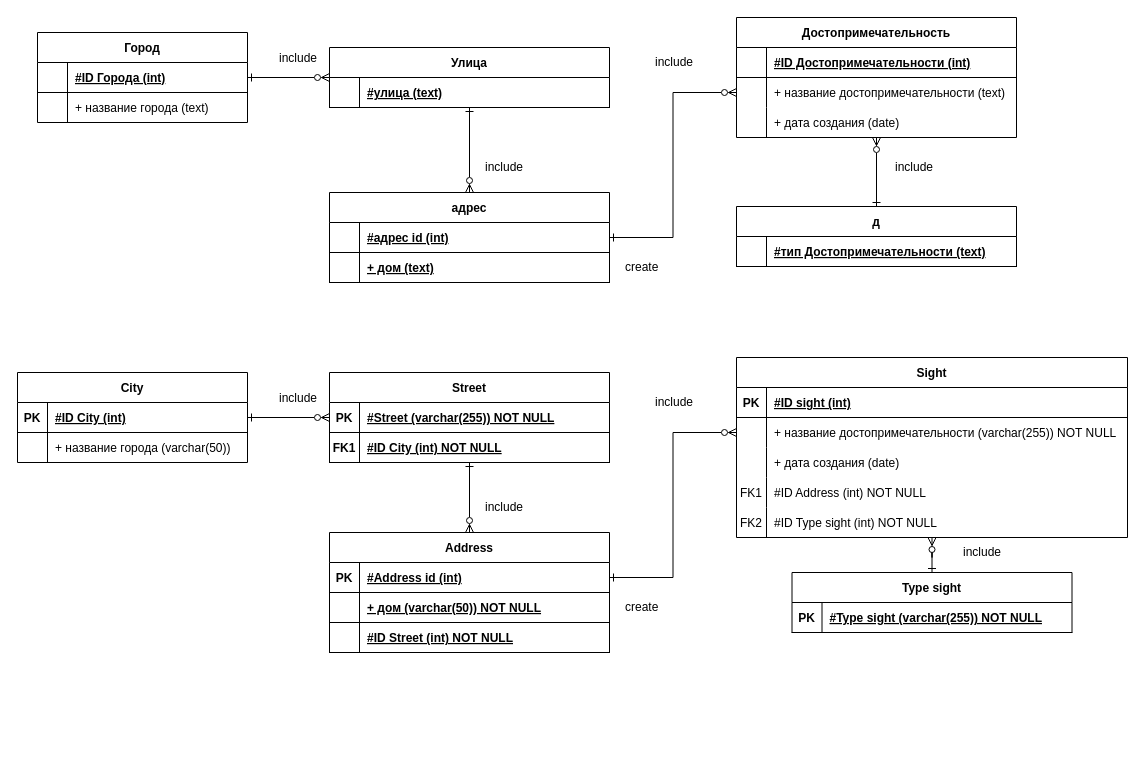
The draw.io diagram DB/2/diagram.drawio in 4LAR/Programming-GUAP, before the edit. Source tidied: cells renumbered, new cells numbered last; positions are measured from the earlier drawing's top-left corner, leaving out a move shared by most shapes. Both pictures are drawn from the tidied source at 100%, with x=0, y=0 at pixel (17, 17).
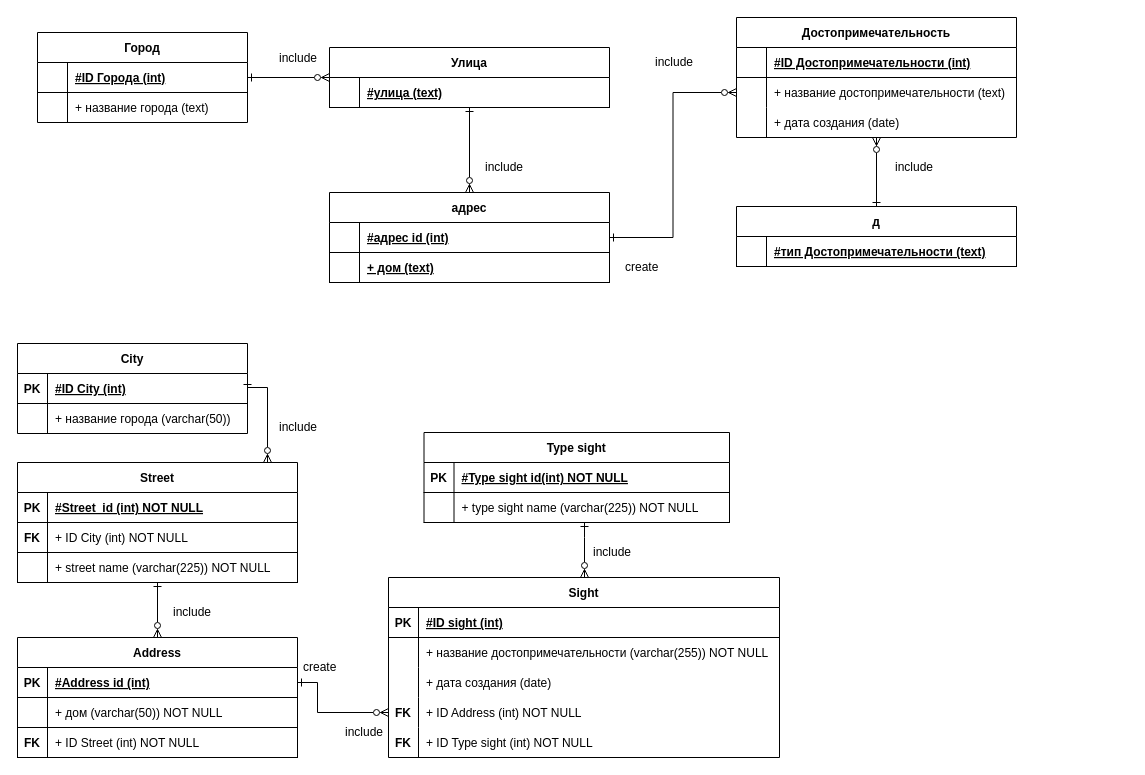
The same diagram, later.

The change refers to these unchanged cells:
```xml
<mxCell id="44" style="shape=tableRow;horizontal=0;startSize=0;swimlaneHead=0;swimlaneBody=0;fillColor=none;points=[[0,0.5],[1,0.5]];portConstraint=eastwest;strokeColor=inherit;top=0;left=0;right=0;bottom=1;" parent="43" vertex="1">
  <mxGeometry y="30" width="230" height="30" as="geometry" />
</mxCell>
<mxCell id="54" style="shape=tableRow;horizontal=0;startSize=0;swimlaneHead=0;swimlaneBody=0;fillColor=none;points=[[0,0.5],[1,0.5]];portConstraint=eastwest;strokeColor=inherit;top=0;left=0;right=0;bottom=0;" parent="50" vertex="1">
  <mxGeometry y="60" width="391" height="30" as="geometry" />
</mxCell>
<mxCell id="60" style="shape=tableRow;horizontal=0;startSize=0;swimlaneHead=0;swimlaneBody=0;fillColor=none;points=[[0,0.5],[1,0.5]];portConstraint=eastwest;strokeColor=inherit;top=0;left=0;right=0;bottom=0;" parent="50" vertex="1">
  <mxGeometry y="120" width="391" height="30" as="geometry" />
</mxCell>
<mxCell id="63" style="shape=tableRow;horizontal=0;startSize=0;swimlaneHead=0;swimlaneBody=0;fillColor=none;strokeColor=inherit;top=0;left=0;right=0;bottom=0;" parent="50" vertex="1">
  <mxGeometry y="150" width="391" height="30" as="geometry" />
</mxCell>
<mxCell id="73" style="shape=tableRow;horizontal=0;startSize=0;swimlaneHead=0;swimlaneBody=0;fillColor=none;strokeColor=inherit;top=0;left=0;right=0;bottom=1;" parent="72" vertex="1">
  <mxGeometry y="30" width="280" height="30" as="geometry" />
</mxCell>
<mxCell id="76" style="shape=tableRow;horizontal=0;startSize=0;swimlaneHead=0;swimlaneBody=0;fillColor=none;strokeColor=inherit;top=0;left=0;right=0;bottom=1;" parent="72" vertex="1">
  <mxGeometry y="60" width="280" height="30" as="geometry" />
</mxCell>
<mxCell id="80" style="shape=tableRow;horizontal=0;startSize=0;swimlaneHead=0;swimlaneBody=0;fillColor=none;points=[[0,0.5],[1,0.5]];portConstraint=eastwest;strokeColor=inherit;top=0;left=0;right=0;bottom=1;" parent="79" vertex="1">
  <mxGeometry y="30" width="280" height="30" as="geometry" />
</mxCell>
<mxCell id="83" style="shape=tableRow;horizontal=0;startSize=0;swimlaneHead=0;swimlaneBody=0;fillColor=none;strokeColor=inherit;top=0;left=0;right=0;bottom=1;" parent="79" vertex="1">
  <mxGeometry y="60" width="280" height="30" as="geometry" />
</mxCell>
<mxCell id="86" style="shape=tableRow;horizontal=0;startSize=0;swimlaneHead=0;swimlaneBody=0;fillColor=none;strokeColor=inherit;top=0;left=0;right=0;bottom=1;" parent="79" vertex="1">
  <mxGeometry y="90" width="280" height="30" as="geometry" />
</mxCell>
```

What changed in the source:
```diff
@@
     <mxCell id="43" value="City" style="shape=table;startSize=30;childLayout=tableLayout;rowLines=0;fontStyle=1;align=center;" parent="1" vertex="1">
-      <mxGeometry y="355" width="230" height="90" as="geometry" />
+      <mxGeometry y="326" width="230" height="90" as="geometry" />
     </mxCell>
@@
     <mxCell id="50" value="Sight" style="shape=table;startSize=30;childLayout=tableLayout;rowLines=0;fontStyle=1;align=center;" parent="1" vertex="1">
-      <mxGeometry x="719" y="340" width="391" height="180" as="geometry" />
+      <mxGeometry x="371" y="560" width="391" height="180" as="geometry" />
     </mxCell>
@@
-    <mxCell id="61" value="FK1" style="shape=partialRectangle;overflow=hidden;fillColor=none;strokeColor=inherit;top=0;left=0;bottom=0;right=0;" parent="60" vertex="1">
+    <mxCell id="61" value="FK" style="shape=partialRectangle;overflow=hidden;fillColor=none;strokeColor=inherit;top=0;left=0;bottom=0;right=0;fontStyle=1;" parent="60" vertex="1">
       <mxGeometry width="30" height="30" as="geometry" />
     </mxCell>
-    <mxCell id="62" value="#ID Address (int) NOT NULL" style="shape=partialRectangle;overflow=hidden;fillColor=none;align=left;strokeColor=inherit;top=0;left=0;bottom=0;right=0;spacingLeft=6;" parent="60" vertex="1">
+    <mxCell id="62" value="+ ID Address (int) NOT NULL" style="shape=partialRectangle;overflow=hidden;fillColor=none;align=left;strokeColor=inherit;top=0;left=0;bottom=0;right=0;spacingLeft=6;" parent="60" vertex="1">
       <mxGeometry x="30" width="361" height="30" as="geometry" />
     </mxCell>
@@
-    <mxCell id="64" value="FK2" style="shape=partialRectangle;overflow=hidden;fillColor=none;strokeColor=inherit;top=0;left=0;bottom=0;right=0;" parent="63" vertex="1">
+    <mxCell id="64" value="FK" style="shape=partialRectangle;overflow=hidden;fillColor=none;strokeColor=inherit;top=0;left=0;bottom=0;right=0;fontStyle=1;" parent="63" vertex="1">
       <mxGeometry width="30" height="30" as="geometry" />
     </mxCell>
-    <mxCell id="65" value="#ID Type sight (int) NOT NULL" style="shape=partialRectangle;overflow=hidden;fillColor=none;align=left;strokeColor=inherit;top=0;left=0;bottom=0;right=0;spacingLeft=6;" parent="63" vertex="1">
+    <mxCell id="65" value="+ ID Type sight (int) NOT NULL" style="shape=partialRectangle;overflow=hidden;fillColor=none;align=left;strokeColor=inherit;top=0;left=0;bottom=0;right=0;spacingLeft=6;" parent="63" vertex="1">
       <mxGeometry x="30" width="361" height="30" as="geometry" />
     </mxCell>
-    <mxCell id="66" style="edgeStyle=orthogonalEdgeStyle;rounded=0;jettySize=auto;html=1;exitX=0.5;exitY=0;exitDx=0;exitDy=0;endArrow=ERzeroToMany;endFill=0;startArrow=ERone;startFill=0;" parent="1" edge="1" source="67" target="50">
-      <mxGeometry relative="1" as="geometry" />
+    <mxCell id="66" style="edgeStyle=orthogonalEdgeStyle;rounded=0;jettySize=auto;html=1;endArrow=ERzeroToMany;endFill=0;startArrow=ERone;startFill=0;" parent="1" edge="1" source="96" target="50">
+      <mxGeometry relative="1" as="geometry">
+        <Array as="points">
+          <mxPoint x="567" y="520" />
+          <mxPoint x="567" y="520" />
+        </Array>
+      </mxGeometry>
     </mxCell>
     <mxCell id="67" value="Type sight" style="shape=table;startSize=30;childLayout=tableLayout;rowLines=0;fontStyle=1;align=center;" parent="1" vertex="1">
-      <mxGeometry x="774.5" y="555" width="280" height="60" as="geometry" />
+      <mxGeometry x="406.5" y="415" width="305.5" height="90" as="geometry" />
     </mxCell>
     <mxCell id="68" style="shape=tableRow;horizontal=0;startSize=0;swimlaneHead=0;swimlaneBody=0;fillColor=none;strokeColor=inherit;top=0;left=0;right=0;bottom=1;" parent="67" vertex="1">
-      <mxGeometry y="30" width="280" height="30" as="geometry" />
+      <mxGeometry y="30" width="305.5" height="30" as="geometry" />
     </mxCell>
@@
-    <mxCell id="70" value="#Type sight (varchar(255)) NOT NULL" style="shape=partialRectangle;overflow=hidden;fillColor=none;align=left;strokeColor=inherit;top=0;left=0;bottom=0;right=0;spacingLeft=6;fontStyle=5;" parent="68" vertex="1">
-      <mxGeometry x="30" width="250" height="30" as="geometry" />
+    <mxCell id="70" value="#Type sight id(int) NOT NULL" style="shape=partialRectangle;overflow=hidden;fillColor=none;align=left;strokeColor=inherit;top=0;left=0;bottom=0;right=0;spacingLeft=6;fontStyle=5;" parent="68" vertex="1">
+      <mxGeometry x="30" width="275.5" height="30" as="geometry" />
     </mxCell>
+    <mxCell id="96" style="shape=tableRow;horizontal=0;startSize=0;swimlaneHead=0;swimlaneBody=0;fillColor=none;points=[[0,0.5],[1,0.5]];portConstraint=eastwest;strokeColor=inherit;top=0;left=0;right=0;bottom=1;" parent="67" vertex="1">
+      <mxGeometry y="60" width="305.5" height="30" as="geometry" />
+    </mxCell>
+    <mxCell id="97" style="shape=partialRectangle;overflow=hidden;fillColor=none;strokeColor=inherit;top=0;left=0;bottom=0;right=0;fontStyle=1;" parent="96" vertex="1">
+      <mxGeometry width="30" height="30" as="geometry" />
+    </mxCell>
+    <mxCell id="98" value="+ type sight name (varchar(225)) NOT NULL " style="shape=partialRectangle;overflow=hidden;fillColor=none;align=left;strokeColor=inherit;top=0;left=0;bottom=0;right=0;spacingLeft=6;fontStyle=0;" parent="96" vertex="1">
+      <mxGeometry x="30" width="275.5" height="30" as="geometry" />
+    </mxCell>
@@
     <mxCell id="72" value="Street" style="shape=table;startSize=30;childLayout=tableLayout;rowLines=0;fontStyle=1;align=center;" parent="1" vertex="1">
-      <mxGeometry x="312" y="355" width="280" height="90" as="geometry" />
+      <mxGeometry y="445" width="280" height="120" as="geometry" />
     </mxCell>
@@
-    <mxCell id="75" value="#Street (varchar(255)) NOT NULL" style="shape=partialRectangle;overflow=hidden;fillColor=none;align=left;strokeColor=inherit;top=0;left=0;bottom=0;right=0;spacingLeft=6;fontStyle=5;" parent="73" vertex="1">
+    <mxCell id="75" value="#Street_id (int) NOT NULL" style="shape=partialRectangle;overflow=hidden;fillColor=none;align=left;strokeColor=inherit;top=0;left=0;bottom=0;right=0;spacingLeft=6;fontStyle=5;" parent="73" vertex="1">
       <mxGeometry x="30" width="250" height="30" as="geometry" />
     </mxCell>
@@
-    <mxCell id="77" value="FK1" style="shape=partialRectangle;overflow=hidden;fillColor=none;strokeColor=inherit;top=0;left=0;bottom=0;right=0;fontStyle=1;" parent="76" vertex="1">
+    <mxCell id="77" value="FK" style="shape=partialRectangle;overflow=hidden;fillColor=none;strokeColor=inherit;top=0;left=0;bottom=0;right=0;fontStyle=1;" parent="76" vertex="1">
       <mxGeometry width="30" height="30" as="geometry" />
     </mxCell>
-    <mxCell id="78" value="#ID City (int) NOT NULL" style="shape=partialRectangle;overflow=hidden;fillColor=none;align=left;strokeColor=inherit;top=0;left=0;bottom=0;right=0;spacingLeft=6;fontStyle=5;" parent="76" vertex="1">
+    <mxCell id="78" value="+ ID City (int) NOT NULL" style="shape=partialRectangle;overflow=hidden;fillColor=none;align=left;strokeColor=inherit;top=0;left=0;bottom=0;right=0;spacingLeft=6;fontStyle=0;" parent="76" vertex="1">
       <mxGeometry x="30" width="250" height="30" as="geometry" />
     </mxCell>
+    <mxCell id="99" style="shape=tableRow;horizontal=0;startSize=0;swimlaneHead=0;swimlaneBody=0;fillColor=none;strokeColor=inherit;top=0;left=0;right=0;bottom=1;" parent="72" vertex="1">
+      <mxGeometry y="90" width="280" height="30" as="geometry" />
+    </mxCell>
+    <mxCell id="100" style="shape=partialRectangle;overflow=hidden;fillColor=none;strokeColor=inherit;top=0;left=0;bottom=0;right=0;fontStyle=1;" parent="99" vertex="1">
+      <mxGeometry width="30" height="30" as="geometry" />
+    </mxCell>
+    <mxCell id="101" value="+ street name (varchar(225)) NOT NULL" style="shape=partialRectangle;overflow=hidden;fillColor=none;align=left;strokeColor=inherit;top=0;left=0;bottom=0;right=0;spacingLeft=6;fontStyle=0;" parent="99" vertex="1">
+      <mxGeometry x="30" width="250" height="30" as="geometry" />
+    </mxCell>
     <mxCell id="79" value="Address" style="shape=table;startSize=30;childLayout=tableLayout;rowLines=0;fontStyle=1;align=center;" parent="1" vertex="1">
-      <mxGeometry x="312" y="515" width="280" height="120" as="geometry" />
+      <mxGeometry y="620" width="280" height="120" as="geometry" />
     </mxCell>
@@
-    <mxCell id="85" value="+ дом (varchar(50)) NOT NULL" style="shape=partialRectangle;overflow=hidden;fillColor=none;align=left;strokeColor=inherit;top=0;left=0;bottom=0;right=0;spacingLeft=6;fontStyle=5;" parent="83" vertex="1">
+    <mxCell id="85" value="+ дом (varchar(50)) NOT NULL" style="shape=partialRectangle;overflow=hidden;fillColor=none;align=left;strokeColor=inherit;top=0;left=0;bottom=0;right=0;spacingLeft=6;fontStyle=0;" parent="83" vertex="1">
       <mxGeometry x="30" width="250" height="30" as="geometry" />
     </mxCell>
@@
-    <mxCell id="87" style="shape=partialRectangle;overflow=hidden;fillColor=none;strokeColor=inherit;top=0;left=0;bottom=0;right=0;fontStyle=1;" parent="86" vertex="1">
+    <mxCell id="87" value="FK" style="shape=partialRectangle;overflow=hidden;fillColor=none;strokeColor=inherit;top=0;left=0;bottom=0;right=0;fontStyle=1;" parent="86" vertex="1">
       <mxGeometry width="30" height="30" as="geometry" />
     </mxCell>
-    <mxCell id="88" value="#ID Street (int) NOT NULL" style="shape=partialRectangle;overflow=hidden;fillColor=none;align=left;strokeColor=inherit;top=0;left=0;bottom=0;right=0;spacingLeft=6;fontStyle=5;" parent="86" vertex="1">
+    <mxCell id="88" value="+ ID Street (int) NOT NULL" style="shape=partialRectangle;overflow=hidden;fillColor=none;align=left;strokeColor=inherit;top=0;left=0;bottom=0;right=0;spacingLeft=6;fontStyle=0;" parent="86" vertex="1">
       <mxGeometry x="30" width="250" height="30" as="geometry" />
     </mxCell>
-    <mxCell id="89" style="edgeStyle=orthogonalEdgeStyle;rounded=0;jettySize=auto;html=1;exitX=1;exitY=0.5;exitDx=0;exitDy=0;entryX=0;entryY=0.5;entryDx=0;entryDy=0;endArrow=ERzeroToMany;endFill=0;startArrow=ERone;startFill=0;" parent="1" edge="1" source="80" target="54">
-      <mxGeometry relative="1" as="geometry" />
+    <mxCell id="89" style="edgeStyle=elbowEdgeStyle;rounded=0;jettySize=auto;html=1;exitX=1;exitY=0.5;exitDx=0;exitDy=0;endArrow=ERzeroToMany;endFill=0;startArrow=ERone;startFill=0;entryX=0;entryY=0.5;entryDx=0;entryDy=0;" parent="1" edge="1" source="80" target="60">
+      <mxGeometry relative="1" as="geometry">
+        <Array as="points">
+          <mxPoint x="300" y="670" />
+        </Array>
+      </mxGeometry>
     </mxCell>
     <mxCell id="90" style="edgeStyle=orthogonalEdgeStyle;rounded=0;jettySize=auto;html=1;exitX=1;exitY=0.5;exitDx=0;exitDy=0;endArrow=ERzeroToMany;endFill=0;startArrow=ERone;startFill=0;" parent="1" edge="1" source="44" target="72">
-      <mxGeometry relative="1" as="geometry" />
+      <mxGeometry relative="1" as="geometry">
+        <Array as="points">
+          <mxPoint x="250" y="370" />
+        </Array>
+      </mxGeometry>
     </mxCell>
     <mxCell id="91" value="include" style="text;strokeColor=none;fillColor=none;align=left;verticalAlign=middle;spacingLeft=4;spacingRight=4;overflow=hidden;whiteSpace=wrap;html=1;" parent="1" vertex="1">
-      <mxGeometry x="462" y="475" width="80" height="30" as="geometry" />
+      <mxGeometry x="150" y="580" width="80" height="30" as="geometry" />
     </mxCell>
     <mxCell id="92" value="create" style="text;strokeColor=none;fillColor=none;align=left;verticalAlign=middle;spacingLeft=4;spacingRight=4;overflow=hidden;whiteSpace=wrap;html=1;" parent="1" vertex="1">
-      <mxGeometry x="602" y="575" width="80" height="30" as="geometry" />
+      <mxGeometry x="280" y="635" width="80" height="30" as="geometry" />
     </mxCell>
     <mxCell id="93" value="include" style="text;strokeColor=none;fillColor=none;align=left;verticalAlign=middle;spacingLeft=4;spacingRight=4;overflow=hidden;whiteSpace=wrap;html=1;" parent="1" vertex="1">
-      <mxGeometry x="632" y="370" width="80" height="30" as="geometry" />
+      <mxGeometry x="321.5" y="700" width="80" height="30" as="geometry" />
     </mxCell>
     <mxCell id="94" value="include" style="text;strokeColor=none;fillColor=none;align=left;verticalAlign=middle;spacingLeft=4;spacingRight=4;overflow=hidden;whiteSpace=wrap;html=1;" parent="1" vertex="1">
-      <mxGeometry x="256" y="366" width="80" height="30" as="geometry" />
+      <mxGeometry x="256" y="395" width="80" height="30" as="geometry" />
     </mxCell>
     <mxCell id="95" value="include" style="text;strokeColor=none;fillColor=none;align=left;verticalAlign=middle;spacingLeft=4;spacingRight=4;overflow=hidden;whiteSpace=wrap;html=1;" parent="1" vertex="1">
-      <mxGeometry x="940" y="520" width="80" height="30" as="geometry" />
+      <mxGeometry x="570" y="520" width="80" height="30" as="geometry" />
     </mxCell>
```
